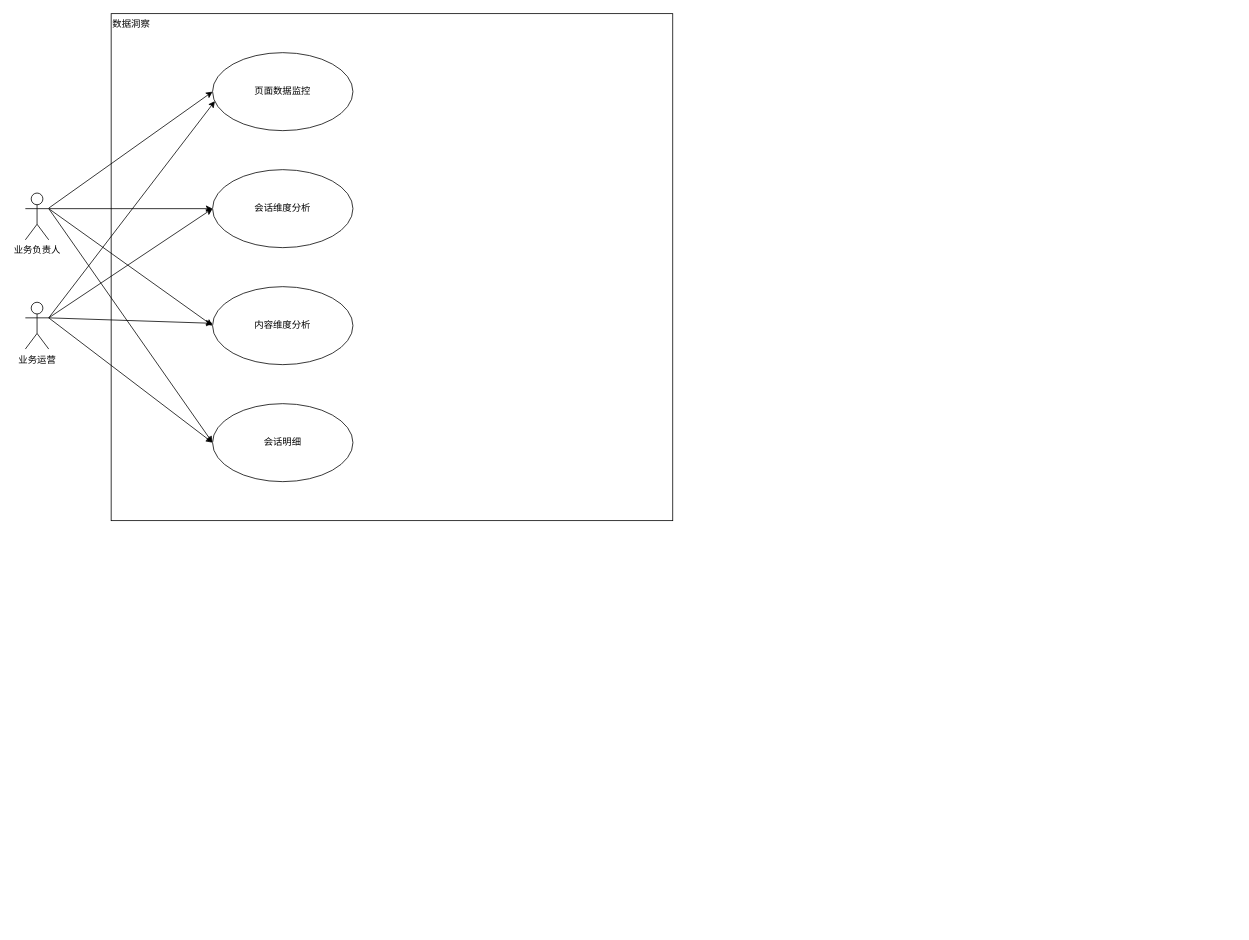
Above: page "数据洞察用例图" (8 of 26) of figure/figures.drawio in jqq04/nju-thesis-2026 (draw.io), before the change. Source tidied: cells renumbered, new cells numbered last; positions are measured from the earlier drawing's top-left corner, leaving out a move shared by most shapes. Both pictures are drawn from the tidied source at 78%, with x=0, y=0 at pixel (25, 13).
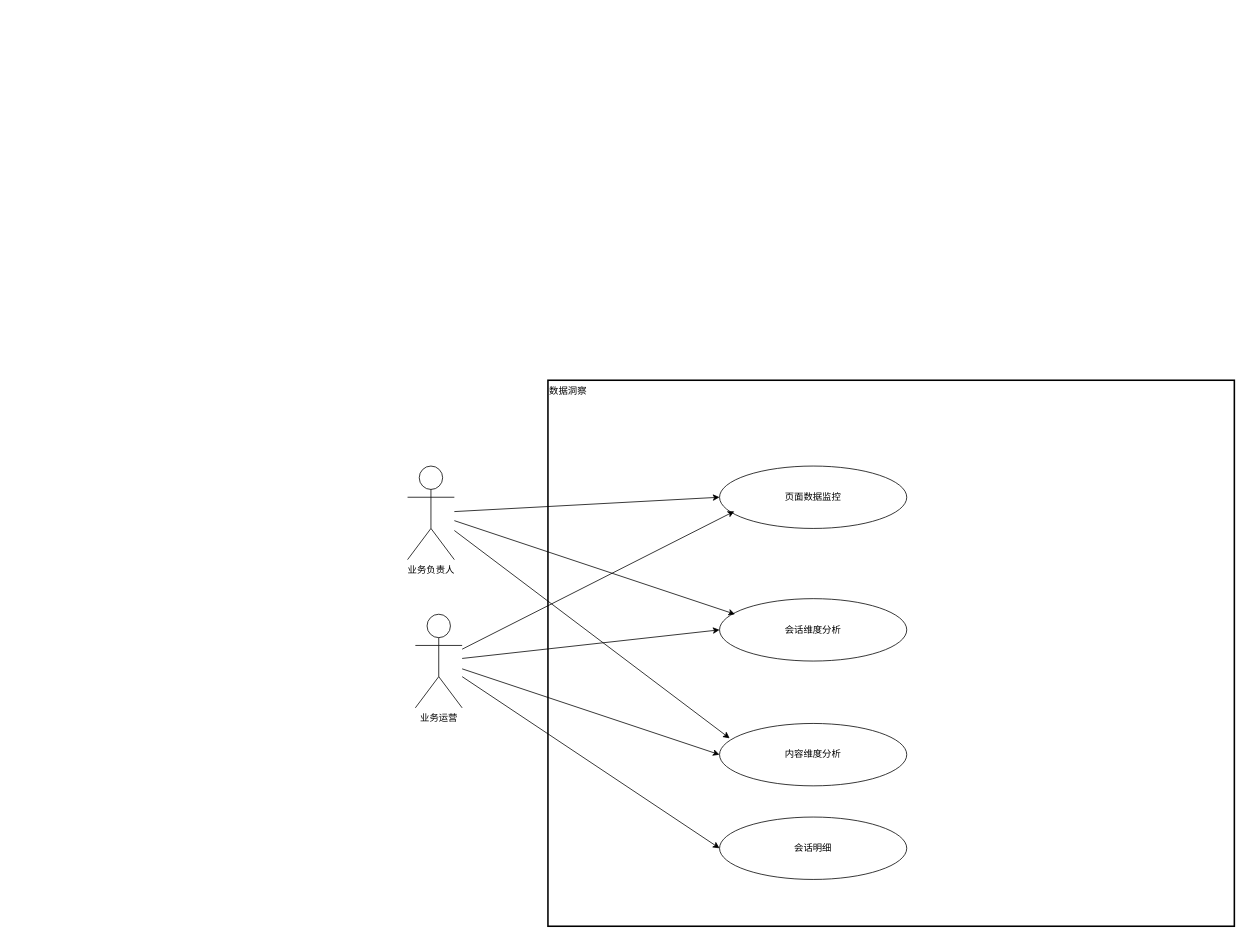
The same diagram, later.

What changed in the source:
```diff
@@
 <mxGraphModel>
   <root>
     <mxCell id="0" />
     <mxCell id="1" parent="0" />
-    <mxCell id="2" value="数据洞察" style="rounded=0;whiteSpace=wrap;html=1;align=left;verticalAlign=top;" parent="1" vertex="1">
-      <mxGeometry x="110" width="720" height="650" as="geometry" />
+    <mxCell id="2" value="数据洞察" style="rounded=0;whiteSpace=wrap;html=1;strokeWidth=2;align=left;verticalAlign=top;" parent="1" vertex="1">
+      <mxGeometry x="670" y="470" width="880" height="700" as="geometry" />
     </mxCell>
+    <mxCell id="12" value="页面数据监控" style="ellipse;whiteSpace=wrap;html=1;" parent="1" vertex="1">
+      <mxGeometry x="890" y="580" width="240" height="80" as="geometry" />
+    </mxCell>
+    <mxCell id="14" value="内容维度分析" style="ellipse;whiteSpace=wrap;html=1;" parent="1" vertex="1">
+      <mxGeometry x="890" y="910" width="240" height="80" as="geometry" />
+    </mxCell>
+    <mxCell id="13" value="会话维度分析" style="ellipse;whiteSpace=wrap;html=1;" parent="1" vertex="1">
+      <mxGeometry x="890" y="750" width="240" height="80" as="geometry" />
+    </mxCell>
+    <mxCell id="16" style="rounded=0;jettySize=auto;html=1;entryX=0;entryY=0.5;entryDx=0;entryDy=0;" parent="1" edge="1" source="6" target="12">
+      <mxGeometry relative="1" as="geometry" />
+    </mxCell>
-    <mxCell id="3" style="rounded=0;jettySize=auto;html=1;exitX=1;exitY=0.3333333333333333;exitDx=0;exitDy=0;exitPerimeter=0;" parent="1" edge="1" source="6" target="13">
+    <mxCell id="3" style="rounded=0;jettySize=auto;html=1;entryX=0.083;entryY=0.25;entryDx=0;entryDy=0;entryPerimeter=0;" parent="1" edge="1" source="6" target="13">
       <mxGeometry relative="1" as="geometry" />
     </mxCell>
-    <mxCell id="4" style="rounded=0;jettySize=auto;html=1;entryX=0;entryY=0.5;entryDx=0;entryDy=0;exitX=1;exitY=0.3333333333333333;exitDx=0;exitDy=0;exitPerimeter=0;" parent="1" edge="1" source="6" target="14">
+    <mxCell id="4" style="rounded=0;jettySize=auto;html=1;entryX=0.054;entryY=0.238;entryDx=0;entryDy=0;entryPerimeter=0;" parent="1" edge="1" source="6" target="14">
       <mxGeometry relative="1" as="geometry" />
     </mxCell>
-    <mxCell id="5" style="rounded=0;jettySize=auto;html=1;exitX=1;exitY=0.3333333333333333;exitDx=0;exitDy=0;exitPerimeter=0;entryX=0;entryY=0.5;entryDx=0;entryDy=0;" parent="1" edge="1" source="6" target="15">
-      <mxGeometry relative="1" as="geometry" />
-    </mxCell>
-    <mxCell id="6" value="业务负责人" style="shape=umlActor;verticalLabelPosition=bottom;verticalAlign=top;html=1;outlineConnect=0;" parent="1" vertex="1">
-      <mxGeometry y="230" width="30" height="60" as="geometry" />
+    <mxCell id="6" value="业务负责人" style="shape=umlActor;verticalLabelPosition=bottom;verticalAlign=top;html=1;" parent="1" vertex="1">
+      <mxGeometry x="490" y="580" width="60" height="120" as="geometry" />
     </mxCell>
+    <mxCell id="17" style="rounded=0;jettySize=auto;html=1;entryX=0;entryY=0.5;entryDx=0;entryDy=0;" parent="1" edge="1" source="11" target="15">
+      <mxGeometry relative="1" as="geometry" />
+    </mxCell>
+    <mxCell id="8" style="rounded=0;jettySize=auto;html=1;entryX=0;entryY=0.5;entryDx=0;entryDy=0;" parent="1" edge="1" source="11" target="13">
+      <mxGeometry relative="1" as="geometry" />
+    </mxCell>
-    <mxCell id="7" style="rounded=0;jettySize=auto;html=1;exitX=1;exitY=0.3333333333333333;exitDx=0;exitDy=0;exitPerimeter=0;entryX=0.017;entryY=0.621;entryDx=0;entryDy=0;entryPerimeter=0;" parent="1" edge="1" source="11" target="12">
+    <mxCell id="7" style="rounded=0;jettySize=auto;html=1;entryX=0.079;entryY=0.725;entryDx=0;entryDy=0;entryPerimeter=0;" parent="1" edge="1" source="11" target="12">
       <mxGeometry relative="1" as="geometry" />
     </mxCell>
-    <mxCell id="8" style="rounded=0;jettySize=auto;html=1;entryX=0;entryY=0.5;entryDx=0;entryDy=0;" parent="1" edge="1" source="11" target="13">
-      <mxGeometry relative="1" as="geometry" />
-    </mxCell>
-    <mxCell id="9" style="rounded=0;jettySize=auto;html=1;" parent="1" edge="1" target="14">
-      <mxGeometry relative="1" as="geometry">
-        <mxPoint x="30" y="390" as="sourcePoint" />
-      </mxGeometry>
-    </mxCell>
-    <mxCell id="10" style="rounded=0;jettySize=auto;html=1;entryX=0;entryY=0.5;entryDx=0;entryDy=0;" parent="1" edge="1" target="15">
-      <mxGeometry relative="1" as="geometry">
-        <mxPoint x="30" y="390" as="sourcePoint" />
-      </mxGeometry>
-    </mxCell>
-    <mxCell id="11" value="业务运营" style="shape=umlActor;verticalLabelPosition=bottom;verticalAlign=top;html=1;outlineConnect=0;" parent="1" vertex="1">
-      <mxGeometry y="370" width="30" height="60" as="geometry" />
+    <mxCell id="11" value="业务运营" style="shape=umlActor;verticalLabelPosition=bottom;verticalAlign=top;html=1;" parent="1" vertex="1">
+      <mxGeometry x="500" y="770" width="60" height="120" as="geometry" />
     </mxCell>
-    <mxCell id="12" value="页面数据监控" style="ellipse;whiteSpace=wrap;html=1;" parent="1" vertex="1">
-      <mxGeometry x="240" y="50" width="180" height="100" as="geometry" />
-    </mxCell>
-    <mxCell id="13" value="会话维度分析" style="ellipse;whiteSpace=wrap;html=1;" parent="1" vertex="1">
-      <mxGeometry x="240" y="200" width="180" height="100" as="geometry" />
-    </mxCell>
-    <mxCell id="14" value="内容维度分析" style="ellipse;whiteSpace=wrap;html=1;" parent="1" vertex="1">
-      <mxGeometry x="240" y="350" width="180" height="100" as="geometry" />
-    </mxCell>
+    <mxCell id="18" style="rounded=0;jettySize=auto;html=1;entryX=0;entryY=0.5;entryDx=0;entryDy=0;" parent="1" edge="1" source="11" target="14">
+      <mxGeometry relative="1" as="geometry" />
+    </mxCell>
     <mxCell id="15" value="会话明细" style="ellipse;whiteSpace=wrap;html=1;" parent="1" vertex="1">
-      <mxGeometry x="240" y="500" width="180" height="100" as="geometry" />
+      <mxGeometry x="890" y="1030" width="240" height="80" as="geometry" />
     </mxCell>
-    <mxCell id="16" style="rounded=0;jettySize=auto;html=1;entryX=0;entryY=0.5;entryDx=0;entryDy=0;" parent="1" edge="1" source="6" target="12">
-      <mxGeometry relative="1" as="geometry" />
-    </mxCell>
   </root>
 </mxGraphModel>
```
